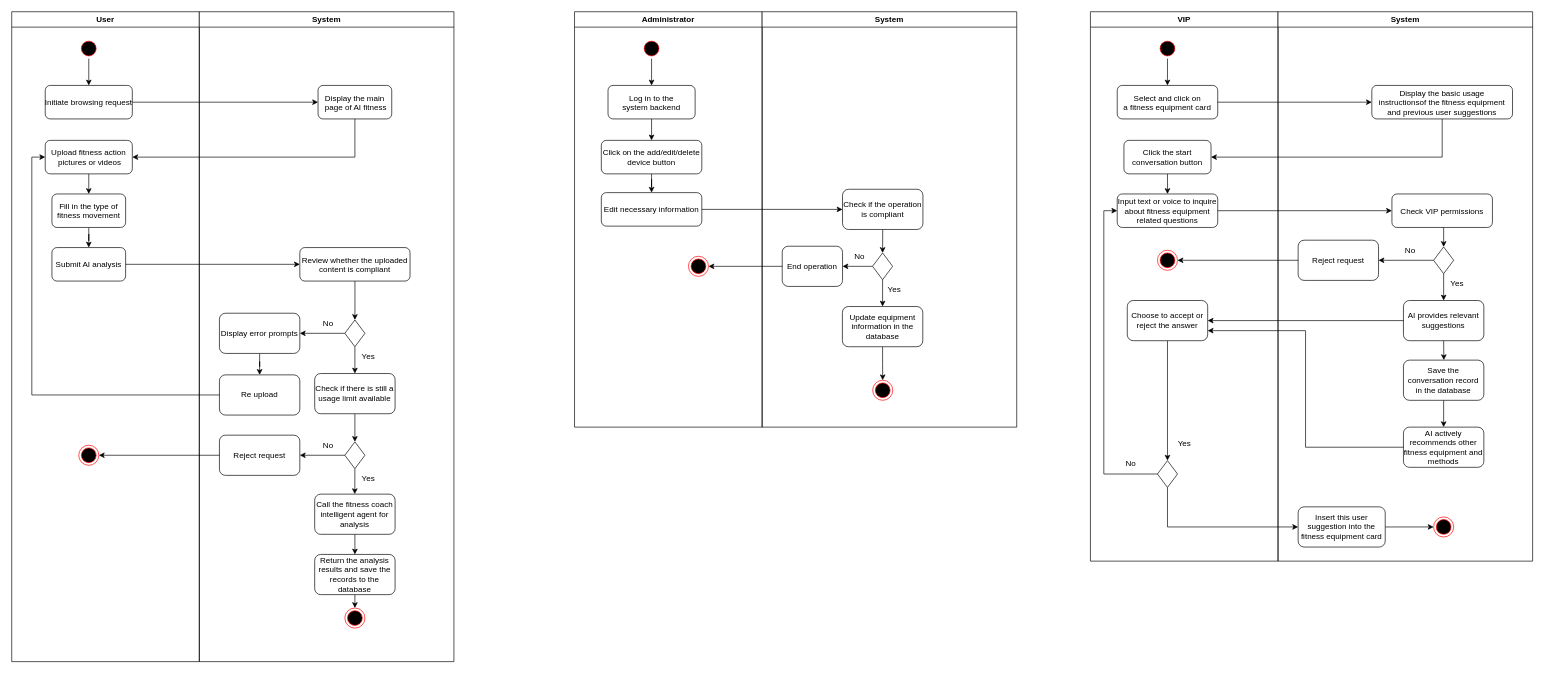
The draw.io diagram Assignment1/Keep Fit—SRS document/models/Activity diagram.drawio in JackinOFlove/System_Analysis_and_Design_TongjiSSE_2024Fall, before the edit. Source tidied: cells renumbered, new cells numbered last; positions are measured from the earlier drawing's top-left corner, leaving out a move shared by most shapes. Both pictures are drawn from the tidied source at 67%, with x=0, y=0 at pixel (11, 11).
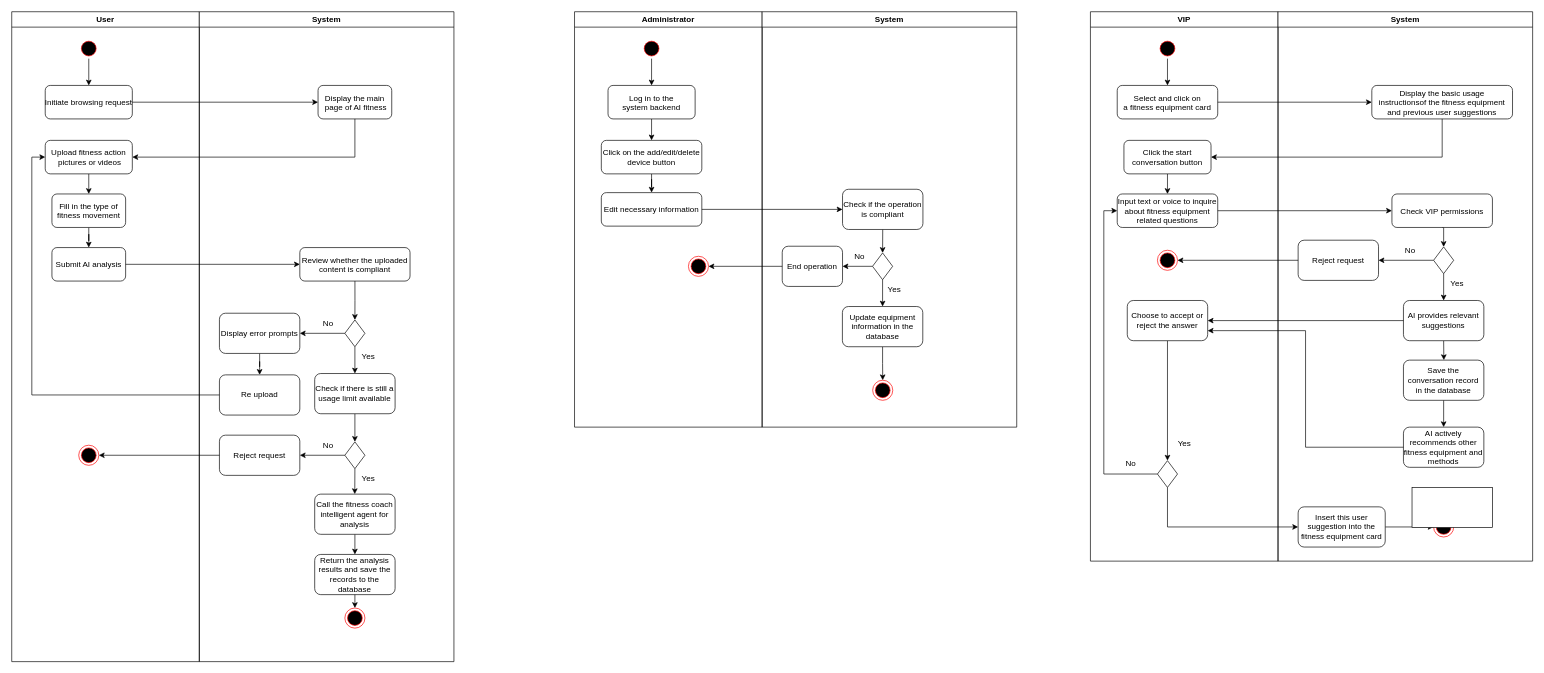
The same page after the edit.

What changed in the source:
```diff
@@
+    <mxCell id="104" style="whiteSpace=wrap;html=1;" parent="1" vertex="1">
+      <mxGeometry x="2090" y="710" width="120" height="60" as="geometry" />
+    </mxCell>
```
